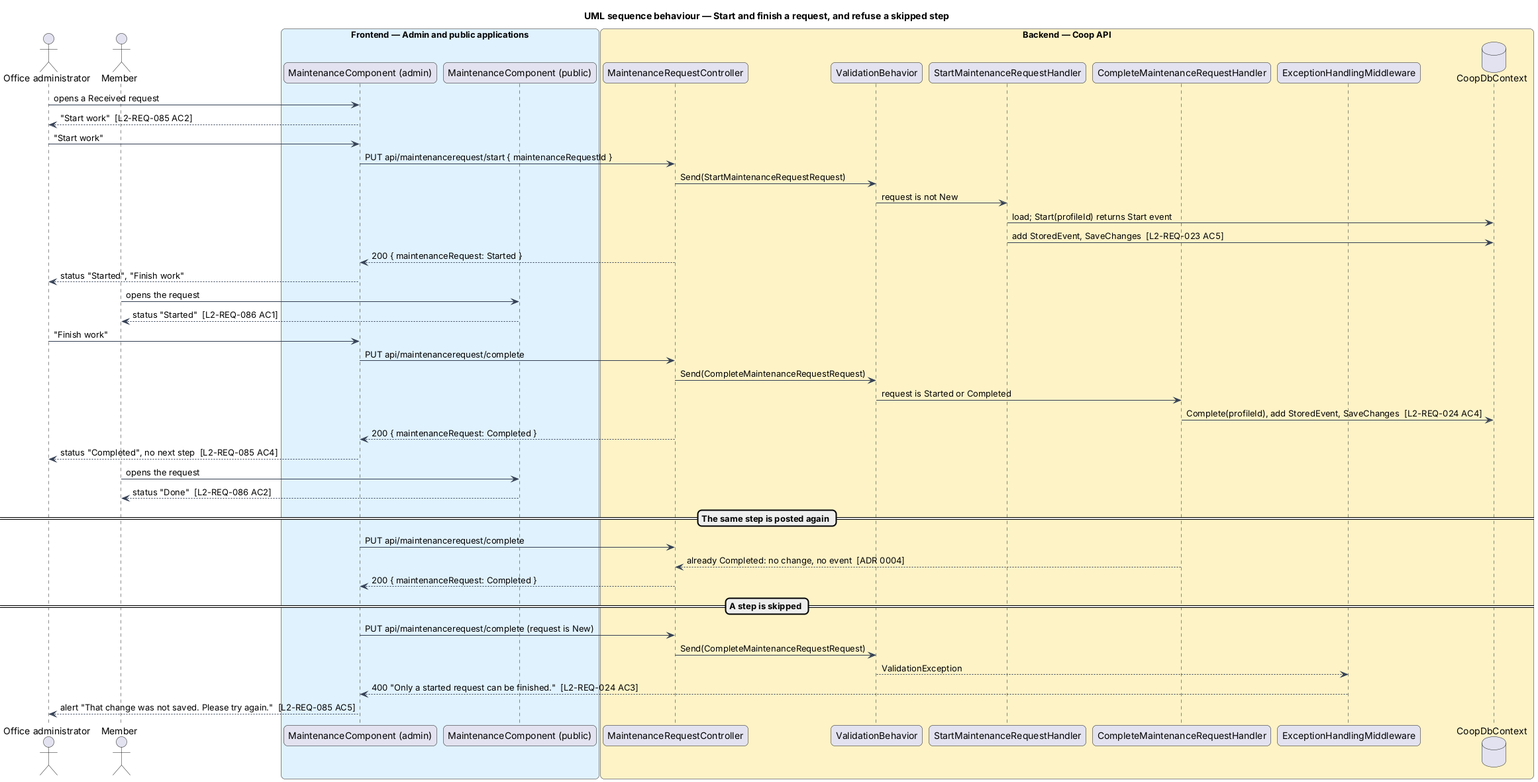
Before: docs/detailed-designs/admin-app/progress-maintenance-request/diagrams/sequence-start-and-finish.png, a diagram exported from PlantUML (QuinntyneBrown/Coop). The source it was exported from:
```plantuml
@startuml
title UML sequence behaviour — Start and finish a request, and refuse a skipped step
skinparam backgroundColor #FFFFFF
skinparam shadowing false
skinparam roundcorner 12
skinparam defaultFontName Arial
skinparam ArrowColor #344054
actor "Office administrator" as actor
actor "Member" as member
box "Frontend — Admin and public applications" #E0F2FE
  participant "MaintenanceComponent (admin)" as screen
  participant "MaintenanceComponent (public)" as memberScreen
end box
box "Backend — Coop API" #FEF3C7
  participant "MaintenanceRequestController" as controller
  participant "ValidationBehavior" as validation
  participant "StartMaintenanceRequestHandler" as start
  participant "CompleteMaintenanceRequestHandler" as complete
  participant "ExceptionHandlingMiddleware" as middleware
  database "CoopDbContext" as db
end box
actor -> screen : opens a Received request
screen --> actor : "Start work"  [L2-REQ-085 AC2]
actor -> screen : "Start work"
screen -> controller : PUT api/maintenancerequest/start { maintenanceRequestId }
controller -> validation : Send(StartMaintenanceRequestRequest)
validation -> start : request is not New
start -> db : load; Start(profileId) returns Start event
start -> db : add StoredEvent, SaveChanges  [L2-REQ-023 AC5]
controller --> screen : 200 { maintenanceRequest: Started }
screen --> actor : status "Started", "Finish work"
member -> memberScreen : opens the request
memberScreen --> member : status "Started"  [L2-REQ-086 AC1]
actor -> screen : "Finish work"
screen -> controller : PUT api/maintenancerequest/complete
controller -> validation : Send(CompleteMaintenanceRequestRequest)
validation -> complete : request is Started or Completed
complete -> db : Complete(profileId), add StoredEvent, SaveChanges  [L2-REQ-024 AC4]
controller --> screen : 200 { maintenanceRequest: Completed }
screen --> actor : status "Completed", no next step  [L2-REQ-085 AC4]
member -> memberScreen : opens the request
memberScreen --> member : status "Done"  [L2-REQ-086 AC2]
== The same step is posted again ==
screen -> controller : PUT api/maintenancerequest/complete
complete --> controller : already Completed: no change, no event  [ADR 0004]
controller --> screen : 200 { maintenanceRequest: Completed }
== A step is skipped ==
screen -> controller : PUT api/maintenancerequest/complete (request is New)
controller -> validation : Send(CompleteMaintenanceRequestRequest)
validation --> middleware : ValidationException
middleware --> screen : 400 "Only a started request can be finished."  [L2-REQ-024 AC3]
screen --> actor : alert "That change was not saved. Please try again."  [L2-REQ-085 AC5]
@enduml
```
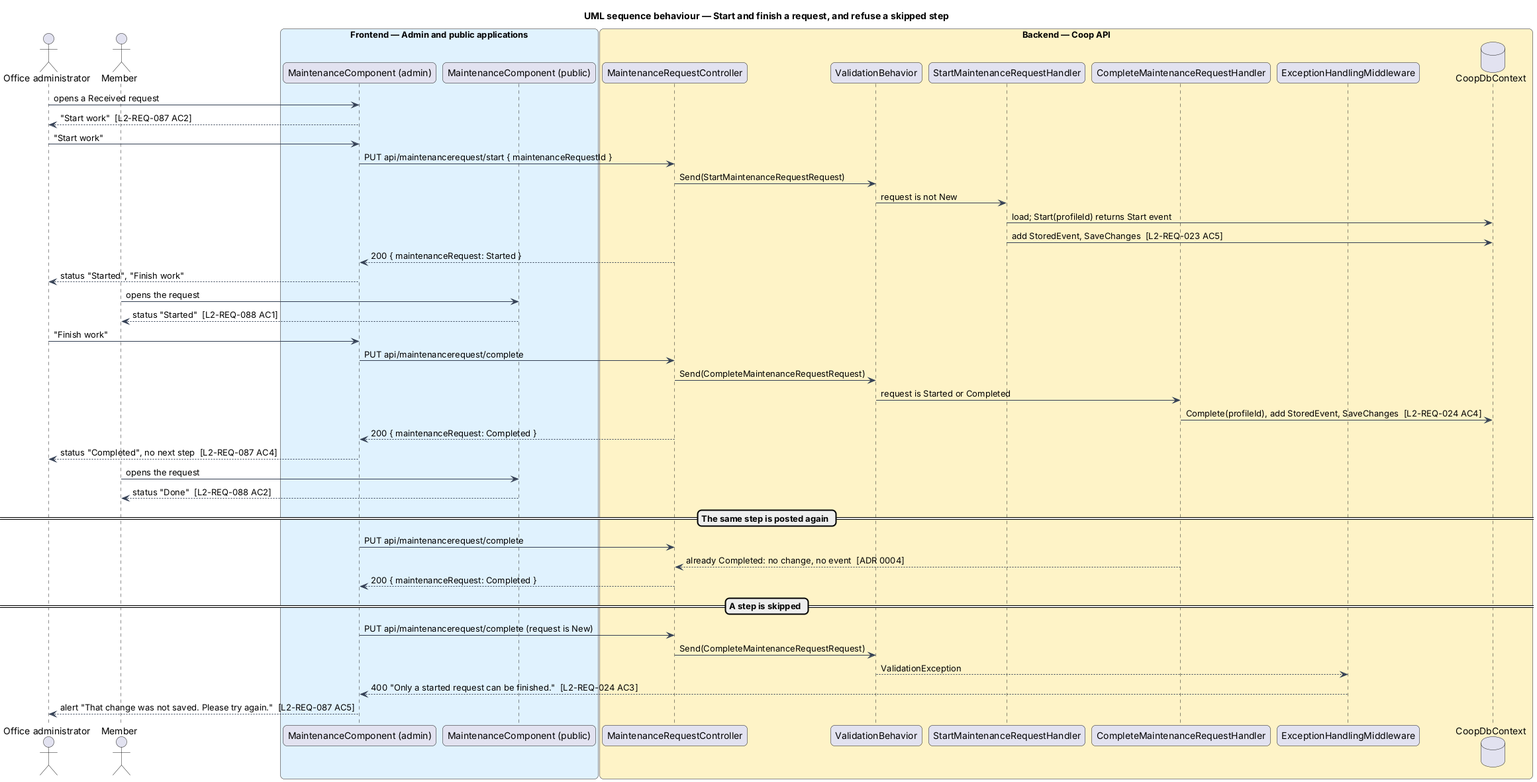
The same diagram one commit later.

What changed in the source:
```diff
@@ -20,7 +20,7 @@
   database "CoopDbContext" as db
 end box
 actor -> screen : opens a Received request
-screen --> actor : "Start work"  [L2-REQ-085 AC2]
+screen --> actor : "Start work"  [L2-REQ-087 AC2]
 actor -> screen : "Start work"
 screen -> controller : PUT api/maintenancerequest/start { maintenanceRequestId }
 controller -> validation : Send(StartMaintenanceRequestRequest)
@@ -30,16 +30,16 @@
 controller --> screen : 200 { maintenanceRequest: Started }
 screen --> actor : status "Started", "Finish work"
 member -> memberScreen : opens the request
-memberScreen --> member : status "Started"  [L2-REQ-086 AC1]
+memberScreen --> member : status "Started"  [L2-REQ-088 AC1]
 actor -> screen : "Finish work"
 screen -> controller : PUT api/maintenancerequest/complete
 controller -> validation : Send(CompleteMaintenanceRequestRequest)
 validation -> complete : request is Started or Completed
 complete -> db : Complete(profileId), add StoredEvent, SaveChanges  [L2-REQ-024 AC4]
 controller --> screen : 200 { maintenanceRequest: Completed }
-screen --> actor : status "Completed", no next step  [L2-REQ-085 AC4]
+screen --> actor : status "Completed", no next step  [L2-REQ-087 AC4]
 member -> memberScreen : opens the request
-memberScreen --> member : status "Done"  [L2-REQ-086 AC2]
+memberScreen --> member : status "Done"  [L2-REQ-088 AC2]
 == The same step is posted again ==
 screen -> controller : PUT api/maintenancerequest/complete
 complete --> controller : already Completed: no change, no event  [ADR 0004]
@@ -49,5 +49,5 @@
 controller -> validation : Send(CompleteMaintenanceRequestRequest)
 validation --> middleware : ValidationException
 middleware --> screen : 400 "Only a started request can be finished."  [L2-REQ-024 AC3]
-screen --> actor : alert "That change was not saved. Please try again."  [L2-REQ-085 AC5]
+screen --> actor : alert "That change was not saved. Please try again."  [L2-REQ-087 AC5]
 @enduml
```
